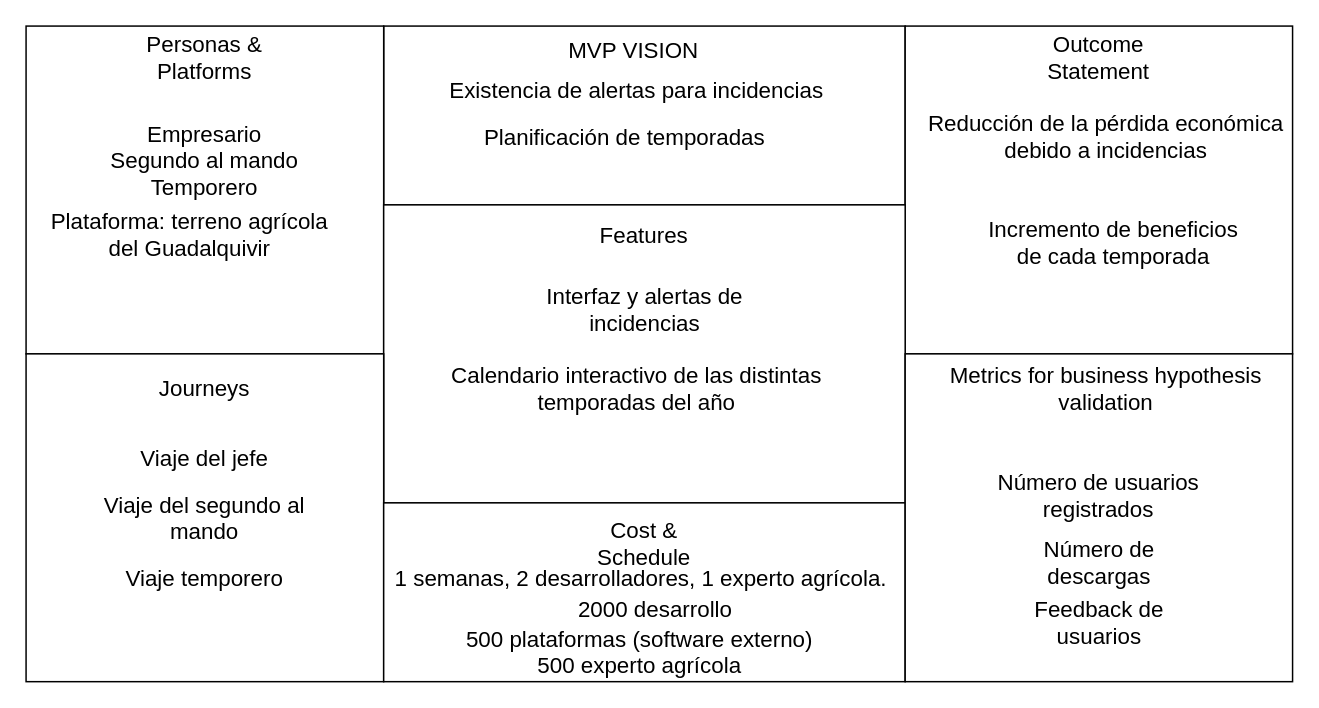
The draw.io diagram Canvas MVP4.drawio in iarrans/psg1practicas, before the edit. Source tidied: cells renumbered, new cells numbered last; positions are measured from the earlier drawing's top-left corner, leaving out a move shared by most shapes. Both pictures are drawn from the tidied source at 149%, with x=0, y=0 at pixel (25, 25).
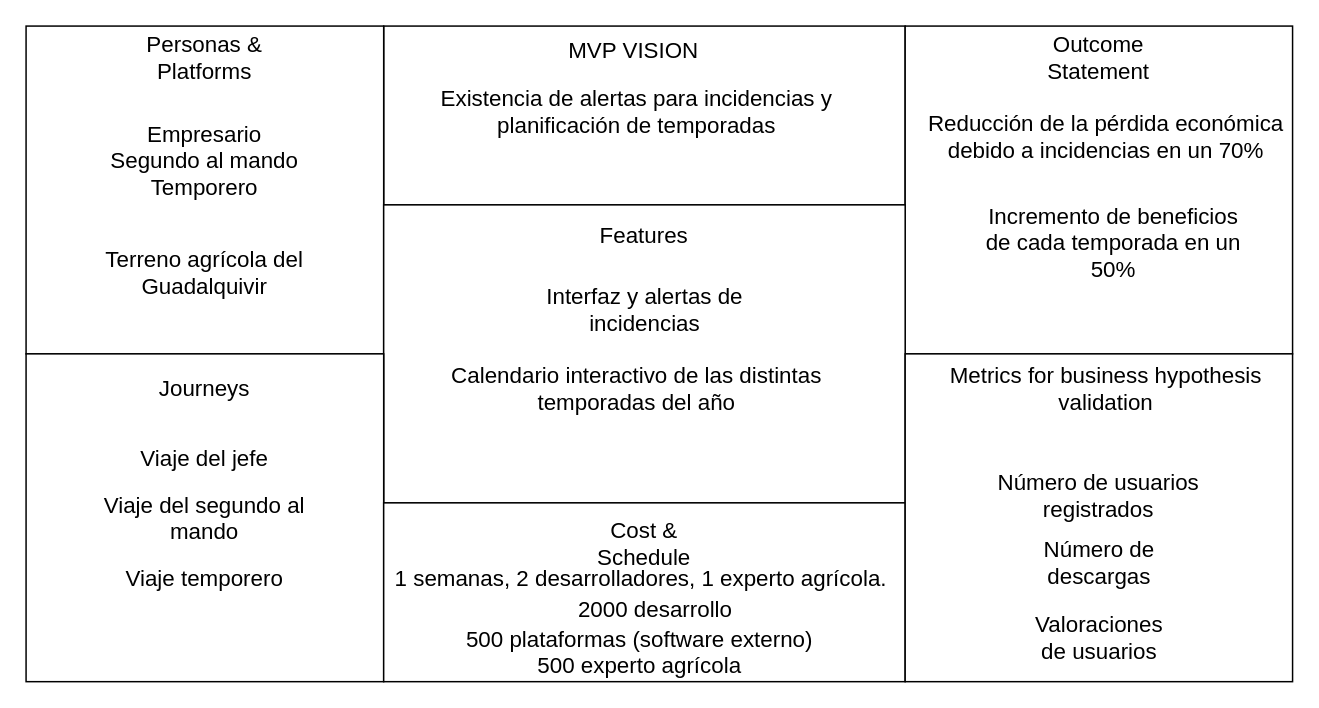
The same page after the edit.

Diff of the diagram source:
```diff
@@
-    <mxCell id="17" value="Plataforma: terreno agrícola del Guadalquivir" style="text;html=1;strokeColor=none;fillColor=none;align=center;verticalAlign=middle;whiteSpace=wrap;rounded=0;fontSize=15;" parent="1" vertex="1">
-      <mxGeometry x="10" y="130" width="200" height="20" as="geometry" />
+    <mxCell id="17" value="Terreno agrícola del Guadalquivir" style="text;html=1;strokeColor=none;fillColor=none;align=center;verticalAlign=middle;whiteSpace=wrap;rounded=0;fontSize=15;" parent="1" vertex="1">
+      <mxGeometry x="20" y="155" width="200" height="20" as="geometry" />
     </mxCell>
-    <mxCell id="18" value="Existencia de alertas para incidencias" style="text;html=1;strokeColor=none;fillColor=none;align=center;verticalAlign=middle;whiteSpace=wrap;rounded=0;fontSize=15;" parent="1" vertex="1">
-      <mxGeometry x="240" y="33" width="340" height="20" as="geometry" />
+    <mxCell id="18" value="Existencia de alertas para incidencias y planificación de temporadas" style="text;html=1;strokeColor=none;fillColor=none;align=center;verticalAlign=middle;whiteSpace=wrap;rounded=0;fontSize=15;" parent="1" vertex="1">
+      <mxGeometry x="240" y="33" width="340" height="47" as="geometry" />
     </mxCell>
-    <mxCell id="19" value="Planificación de temporadas" style="text;html=1;strokeColor=none;fillColor=none;align=center;verticalAlign=middle;whiteSpace=wrap;rounded=0;fontSize=15;" parent="1" vertex="1">
-      <mxGeometry x="272" y="63.5" width="260" height="20" as="geometry" />
-    </mxCell>
-    <mxCell id="20" value="Reducción de la pérdida económica debido a incidencias" style="text;html=1;strokeColor=none;fillColor=none;align=center;verticalAlign=middle;whiteSpace=wrap;rounded=0;fontSize=15;" parent="1" vertex="1">
+    <mxCell id="20" value="Reducción de la pérdida económica debido a incidencias en un 70%" style="text;html=1;strokeColor=none;fillColor=none;align=center;verticalAlign=middle;whiteSpace=wrap;rounded=0;fontSize=15;" parent="1" vertex="1">
       <mxGeometry x="602" y="49" width="246" height="49" as="geometry" />
     </mxCell>
-    <mxCell id="21" value="Incremento de beneficios de cada temporada" style="text;html=1;strokeColor=none;fillColor=none;align=center;verticalAlign=middle;whiteSpace=wrap;rounded=0;fontSize=15;" parent="1" vertex="1">
+    <mxCell id="21" value="Incremento de beneficios de cada temporada en un 50%" style="text;html=1;strokeColor=none;fillColor=none;align=center;verticalAlign=middle;whiteSpace=wrap;rounded=0;fontSize=15;" parent="1" vertex="1">
       <mxGeometry x="640" y="135" width="180" height="20" as="geometry" />
     </mxCell>
@@
-    <mxCell id="31" value="Feedback de usuarios" style="text;html=1;strokeColor=none;fillColor=none;align=center;verticalAlign=middle;whiteSpace=wrap;rounded=0;fontSize=15;" parent="1" vertex="1">
-      <mxGeometry x="667.5" y="390" width="105" height="20" as="geometry" />
+    <mxCell id="31" value="Valoraciones de usuarios" style="text;html=1;strokeColor=none;fillColor=none;align=center;verticalAlign=middle;whiteSpace=wrap;rounded=0;fontSize=15;" parent="1" vertex="1">
+      <mxGeometry x="667.5" y="400" width="105" height="20" as="geometry" />
     </mxCell>
```
